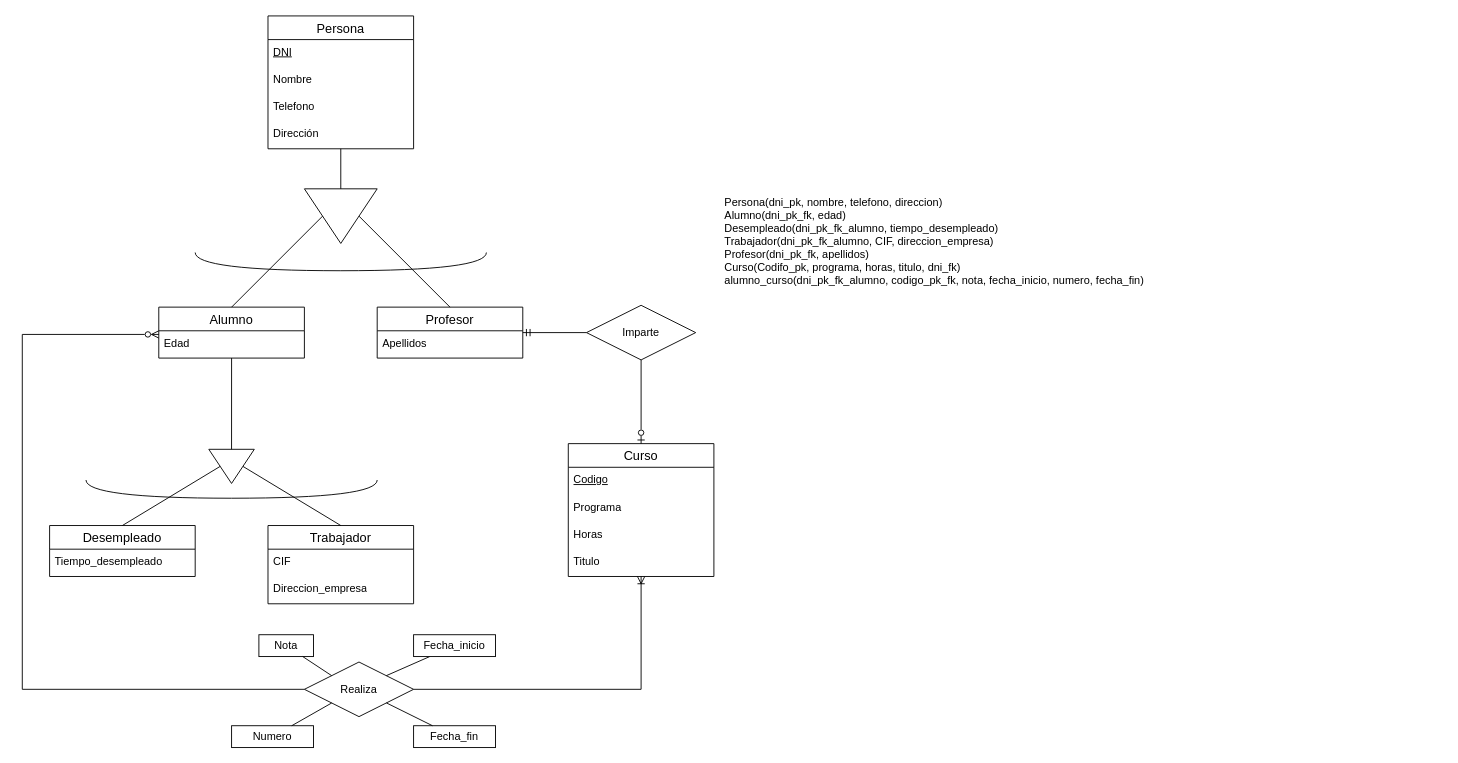
This is TA12Ej2.drawio from AlejandroCara/acr-tsys-modeloER-drawio-1110, a draw.io file, before an edit. Source tidied: cells renumbered, new cells numbered last; positions are measured from the earlier drawing's top-left corner, leaving out a move shared by most shapes. Both pictures are drawn from the tidied source at 91%, with x=0, y=0 at pixel (22, 15).
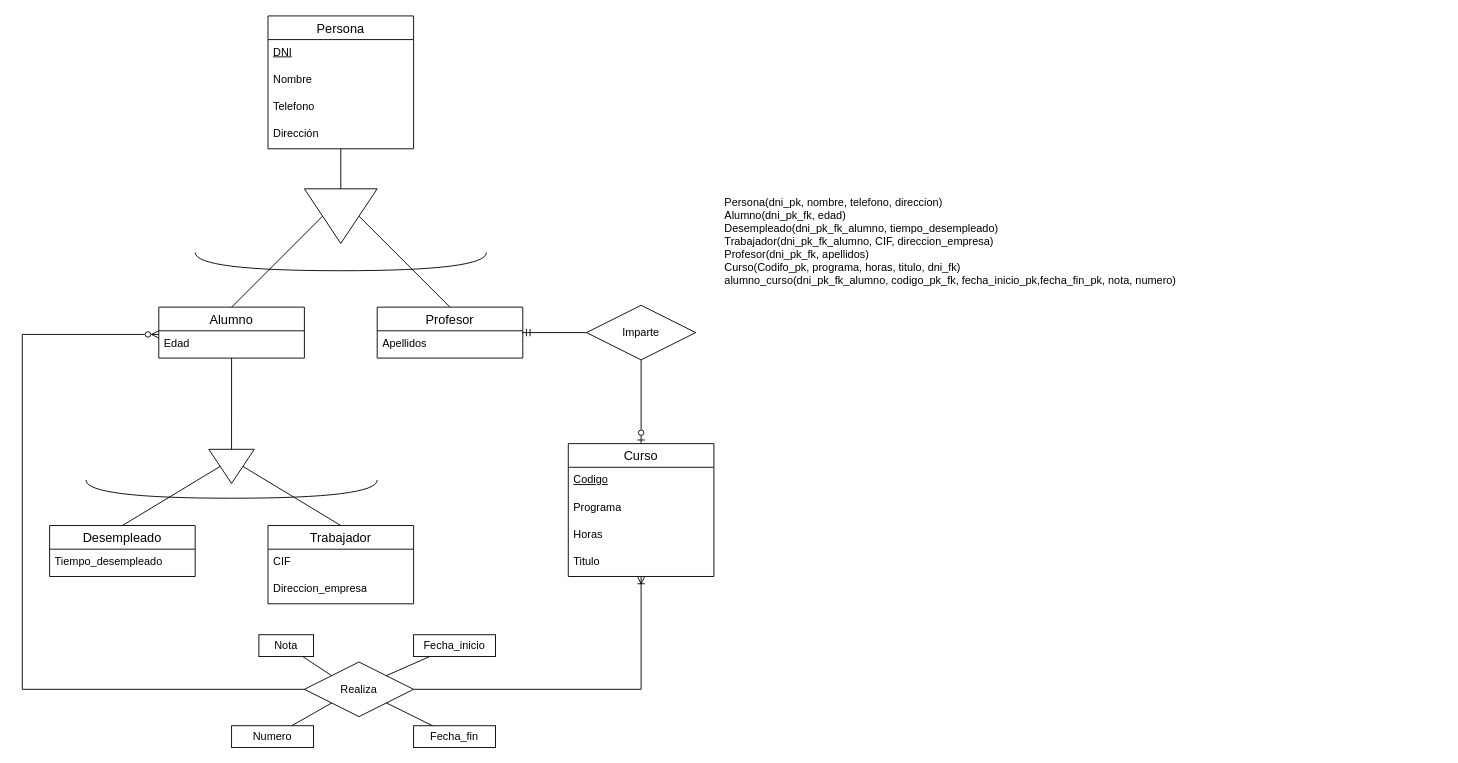
After the change.

Diff of the diagram source:
```diff
@@
-    <mxCell id="45" value="Persona(dni_pk, nombre, telefono, direccion)&lt;br&gt;Alumno(dni_pk_fk, edad)&lt;br&gt;Desempleado(dni_pk_fk_alumno, tiempo_desempleado)&lt;br&gt;Trabajador(dni_pk_fk_alumno, CIF, direccion_empresa)&lt;br&gt;Profesor(dni_pk_fk, apellidos)&lt;br&gt;Curso(Codifo_pk, programa, horas, titulo, dni_fk)&lt;br&gt;alumno_curso(dni_pk_fk_alumno, codigo_pk_fk, nota, fecha_inicio, numero, fecha_fin)" style="text;html=1;strokeColor=none;fillColor=none;align=left;verticalAlign=middle;whiteSpace=wrap;rounded=0;" parent="1" vertex="1">
+    <mxCell id="45" value="Persona(dni_pk, nombre, telefono, direccion)&lt;br&gt;Alumno(dni_pk_fk, edad)&lt;br&gt;Desempleado(dni_pk_fk_alumno, tiempo_desempleado)&lt;br&gt;Trabajador(dni_pk_fk_alumno, CIF, direccion_empresa)&lt;br&gt;Profesor(dni_pk_fk, apellidos)&lt;br&gt;Curso(Codifo_pk, programa, horas, titulo, dni_fk)&lt;br&gt;alumno_curso(dni_pk_fk_alumno, codigo_pk_fk, fecha_inicio_pk,fecha_fin_pk, nota, numero)" style="text;html=1;strokeColor=none;fillColor=none;align=left;verticalAlign=middle;whiteSpace=wrap;rounded=0;" parent="1" vertex="1">
       <mxGeometry x="770" y="26" width="790" height="444" as="geometry" />
     </mxCell>
```
